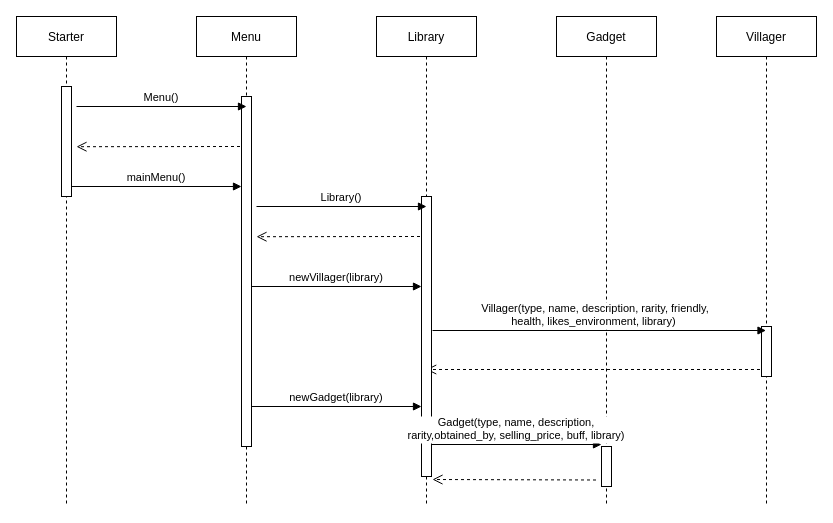
Before: module_320/src/M4/sequence_diagram.drawio in SchnyderKay/m_320, a draw.io diagram. Source tidied: cells renumbered, new cells numbered last; positions are measured from the earlier drawing's top-left corner, leaving out a move shared by most shapes. Both pictures are drawn from the tidied source at 100%, with x=0, y=0 at pixel (16, 16).
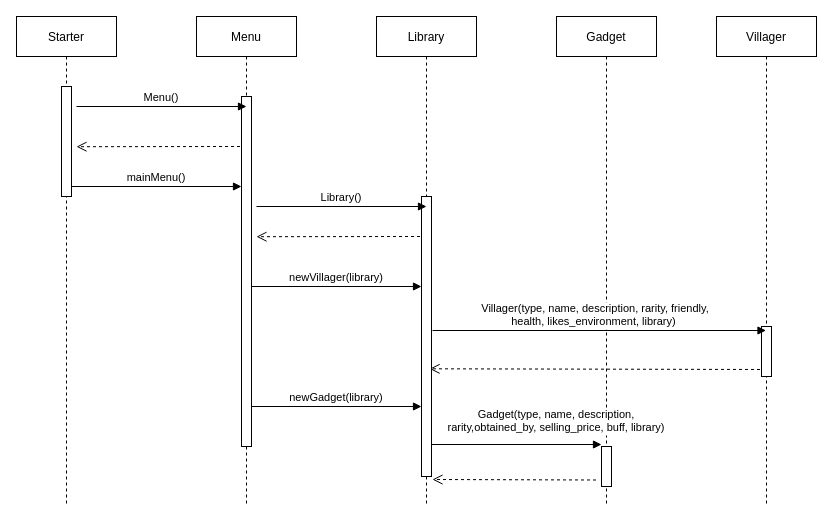
Above is the later version.

Unchanged cells that the change refers to:
```xml
<mxCell id="8" value="Library" style="shape=umlLifeline;perimeter=lifelinePerimeter;rounded=0;shadow=0;strokeWidth=1;" parent="1" vertex="1">
  <mxGeometry x="360" width="100" height="490" as="geometry" />
</mxCell>
```

Diff of the diagram source:
```diff
@@
-    <mxCell id="6" style="verticalAlign=bottom;endArrow=open;dashed=1;endSize=8;shadow=0;strokeWidth=1;" parent="1" edge="1">
+    <mxCell id="6" style="verticalAlign=bottom;endArrow=open;dashed=1;endSize=8;shadow=0;strokeWidth=1;entryX=0.531;entryY=0.719;entryDx=0;entryDy=0;entryPerimeter=0;" parent="1" edge="1" target="8">
       <mxGeometry relative="1" as="geometry">
         <mxPoint x="749.5" y="353" as="sourcePoint" />
-        <mxPoint x="409.7" y="353" as="targetPoint" />
       </mxGeometry>
     </mxCell>
@@
     <mxCell id="16" value="Gadget(type, name, description,&#10; rarity,obtained_by, selling_price, buff, library) " style="verticalAlign=bottom;endArrow=block;entryX=0;entryY=0;shadow=0;strokeWidth=1;" parent="1" edge="1">
-      <mxGeometry relative="1" as="geometry">
+      <mxGeometry x="0.47" y="8" relative="1" as="geometry">
         <mxPoint x="415" y="428" as="sourcePoint" />
         <mxPoint x="585" y="428" as="targetPoint" />
       </mxGeometry>
     </mxCell>
```
